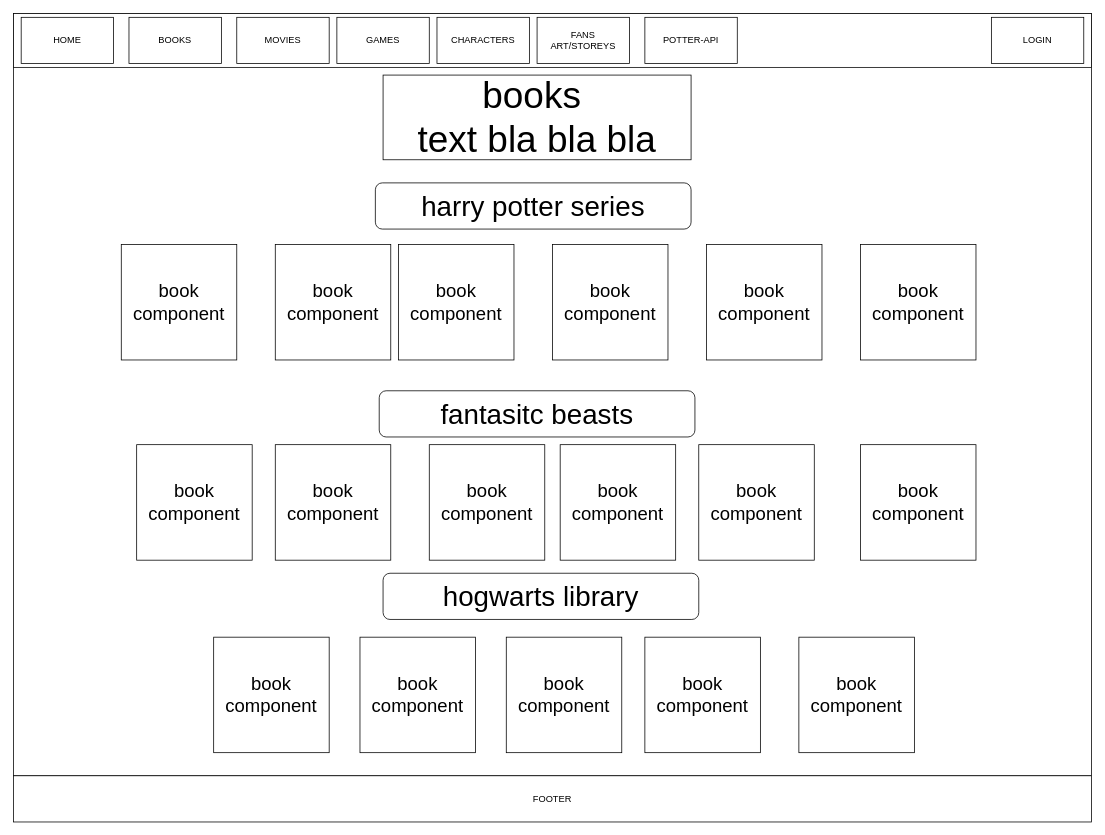
The draw.io diagram page "BOOKS" (2 of 7) of pseudo/Mock site.drawio in t-bendet/potter-front-end-react, before the edit. Source tidied: cells renumbered, new cells numbered last; positions are measured from the earlier drawing's top-left corner, leaving out a move shared by most shapes. Both pictures are drawn from the tidied source at 77%, with x=0, y=0 at pixel (13, 13).
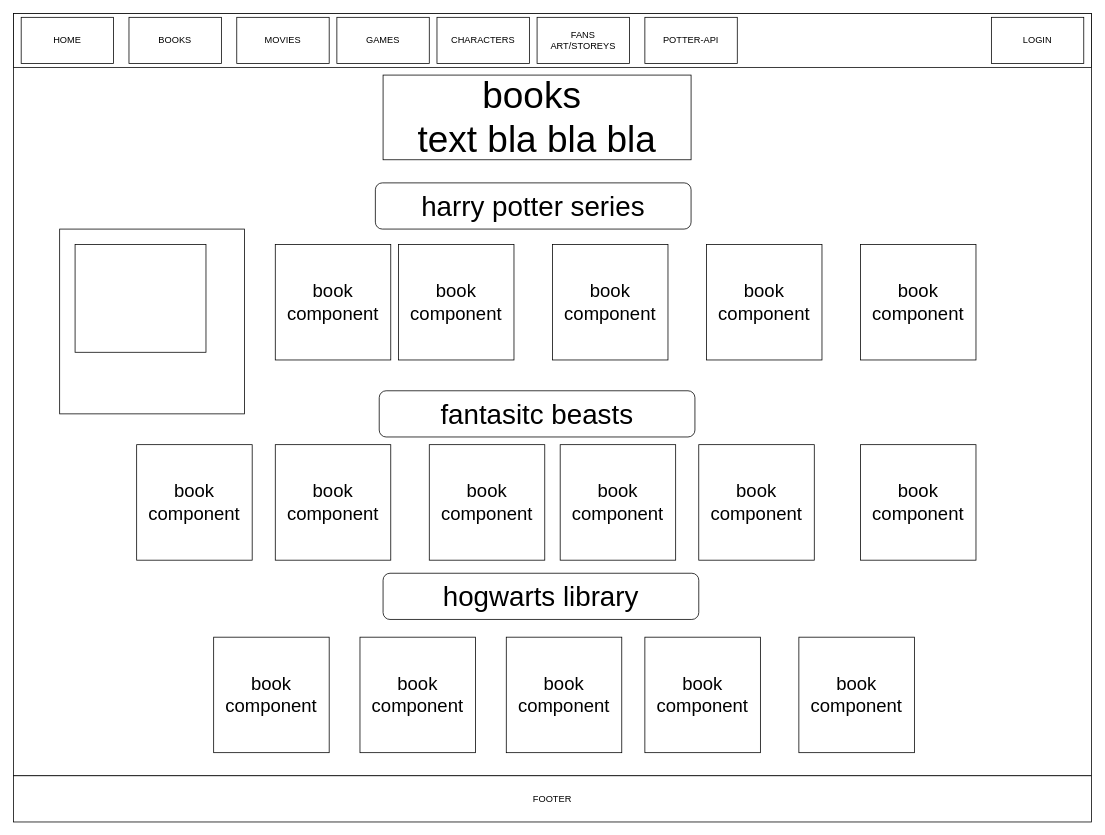
Above is the later version.

What changed in the source:
```diff
@@
-    <mxCell id="33" value="&lt;font style=&quot;font-size: 24px&quot;&gt;book component&lt;/font&gt;" style="whiteSpace=wrap;html=1;" parent="1" vertex="1">
-      <mxGeometry x="140" y="300" width="150" height="150" as="geometry" />
+    <mxCell id="33" style="whiteSpace=wrap;html=1;" parent="1" vertex="1">
+      <mxGeometry x="60" y="280" width="240" height="240" as="geometry" />
     </mxCell>
+    <mxCell id="34" style="rounded=0;whiteSpace=wrap;html=1;" parent="1" vertex="1">
+      <mxGeometry x="80" y="300" width="170" height="140" as="geometry" />
+    </mxCell>
```
